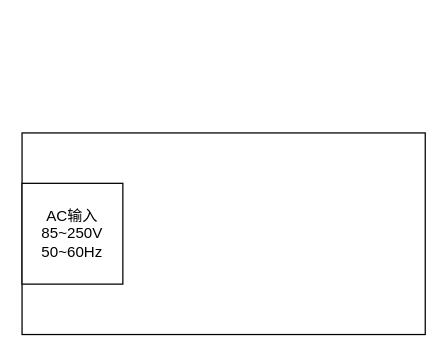
Above: JAKDRAW2.drawio in FeO2081/soft (draw.io), before the change. Source tidied: cells renumbered, new cells numbered last; positions are measured from the earlier drawing's top-left corner, leaving out a move shared by most shapes. Both pictures are drawn from the tidied source at 126%, with x=0, y=0 at pixel (21, 132).
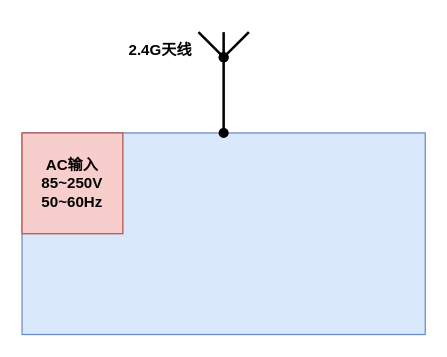
The same page after the edit.

The edit, as a diff of the source:
```diff
@@
 <mxGraphModel>
   <root>
     <mxCell id="0" />
     <mxCell id="1" parent="0" />
-    <mxCell id="2" style="rounded=0;whiteSpace=wrap;html=1;" parent="1" vertex="1">
+    <mxCell id="2" style="rounded=0;whiteSpace=wrap;html=1;fillColor=#dae8fc;strokeColor=#6c8ebf;" parent="1" vertex="1">
       <mxGeometry width="320" height="160" as="geometry" />
     </mxCell>
-    <mxCell id="3" value="AC输入&lt;div&gt;85~250V&lt;/div&gt;&lt;div&gt;50~60Hz&lt;/div&gt;" style="rounded=0;whiteSpace=wrap;html=1;" parent="1" vertex="1">
-      <mxGeometry y="40" width="80" height="80" as="geometry" />
+    <mxCell id="3" value="AC输入&lt;div&gt;85~250V&lt;/div&gt;&lt;div&gt;50~60Hz&lt;/div&gt;" style="rounded=0;whiteSpace=wrap;html=1;fillColor=#f8cecc;strokeColor=#b85450;fontStyle=1;" parent="1" vertex="1">
+      <mxGeometry width="80" height="80" as="geometry" />
     </mxCell>
+    <mxCell id="4" style="endArrow=none;html=1;rounded=1;curved=0;strokeWidth=2;startArrow=oval;startFill=1;endFill=0;" parent="1" edge="1">
+      <mxGeometry relative="1" as="geometry">
+        <mxPoint x="160" as="sourcePoint" />
+        <mxPoint x="160" y="-80" as="targetPoint" />
+      </mxGeometry>
+    </mxCell>
+    <mxCell id="5" style="endArrow=none;html=1;rounded=0;startArrow=oval;startFill=1;endFill=0;strokeWidth=2;" parent="1" edge="1">
+      <mxGeometry relative="1" as="geometry">
+        <mxPoint x="160" y="-60" as="sourcePoint" />
+        <mxPoint x="180" y="-80" as="targetPoint" />
+      </mxGeometry>
+    </mxCell>
+    <mxCell id="6" style="endArrow=none;html=1;rounded=0;startArrow=oval;startFill=1;endFill=0;strokeWidth=2;" parent="1" edge="1">
+      <mxGeometry relative="1" as="geometry">
+        <mxPoint x="160" y="-60" as="sourcePoint" />
+        <mxPoint x="140" y="-80" as="targetPoint" />
+      </mxGeometry>
+    </mxCell>
+    <mxCell id="7" value="2.4G天线" style="text;html=1;whiteSpace=wrap;strokeColor=none;fillColor=none;align=center;verticalAlign=middle;rounded=0;fontStyle=1;" parent="1" vertex="1">
+      <mxGeometry x="80" y="-80" width="60" height="30" as="geometry" />
+    </mxCell>
   </root>
 </mxGraphModel>
```
